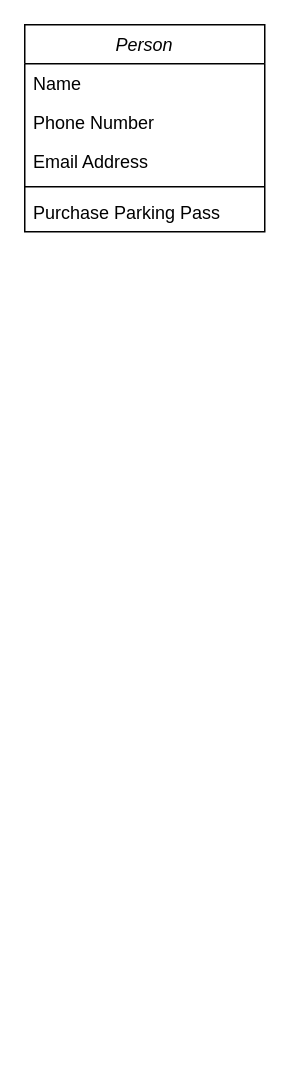
This is Untitled Diagram.drawio from binh0804/92nd-Anniversary-of-HCM-CYU, a draw.io file, before an edit. Source tidied: cells renumbered, new cells numbered last; positions are measured from the earlier drawing's top-left corner, leaving out a move shared by most shapes. Both pictures are drawn from the tidied source at 150%, with x=0, y=0 at pixel (24, 24).
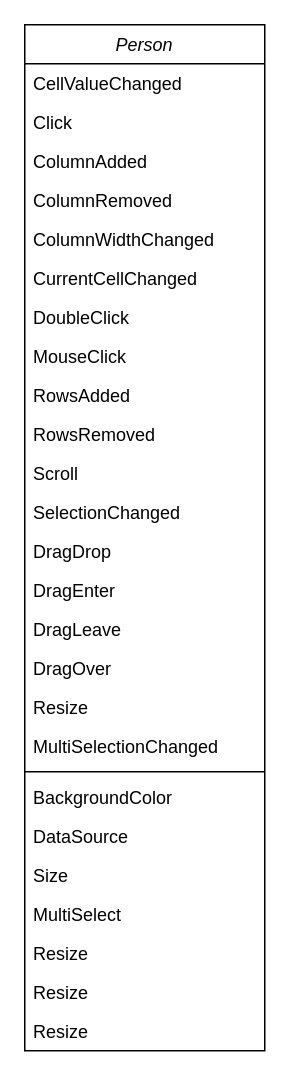
The same page after the edit.

Diff of the diagram source:
```diff
@@
     <mxCell id="2" value="Person" style="swimlane;fontStyle=2;align=center;verticalAlign=top;horizontal=1;startSize=26;rounded=0;shadow=0;strokeWidth=1;" parent="1" vertex="1">
-      <mxGeometry width="160" height="138" as="geometry" />
+      <mxGeometry width="160" height="684" as="geometry" />
     </mxCell>
-    <mxCell id="3" value="Name" style="text;align=left;verticalAlign=top;spacingLeft=4;spacingRight=4;overflow=hidden;" parent="2" vertex="1">
+    <mxCell id="3" value="CellValueChanged" style="text;align=left;verticalAlign=top;spacingLeft=4;spacingRight=4;overflow=hidden;" parent="2" vertex="1">
       <mxGeometry y="26" width="160" height="26" as="geometry" />
     </mxCell>
-    <mxCell id="4" value="Phone Number" style="text;align=left;verticalAlign=top;spacingLeft=4;spacingRight=4;overflow=hidden;rounded=0;shadow=0;html=0;" parent="2" vertex="1">
+    <mxCell id="4" value="Click" style="text;align=left;verticalAlign=top;spacingLeft=4;spacingRight=4;overflow=hidden;rounded=0;shadow=0;html=0;" parent="2" vertex="1">
       <mxGeometry y="52" width="160" height="26" as="geometry" />
     </mxCell>
-    <mxCell id="5" value="Email Address" style="text;align=left;verticalAlign=top;spacingLeft=4;spacingRight=4;overflow=hidden;rounded=0;shadow=0;html=0;" parent="2" vertex="1">
+    <mxCell id="5" value="ColumnAdded" style="text;align=left;verticalAlign=top;spacingLeft=4;spacingRight=4;overflow=hidden;rounded=0;shadow=0;html=0;" parent="2" vertex="1">
       <mxGeometry y="78" width="160" height="26" as="geometry" />
     </mxCell>
+    <mxCell id="8" value="ColumnRemoved" style="text;align=left;verticalAlign=top;spacingLeft=4;spacingRight=4;overflow=hidden;rounded=0;shadow=0;html=0;" parent="2" vertex="1">
+      <mxGeometry y="104" width="160" height="26" as="geometry" />
+    </mxCell>
+    <mxCell id="9" value="ColumnWidthChanged" style="text;align=left;verticalAlign=top;spacingLeft=4;spacingRight=4;overflow=hidden;rounded=0;shadow=0;html=0;" parent="2" vertex="1">
+      <mxGeometry y="130" width="160" height="26" as="geometry" />
+    </mxCell>
+    <mxCell id="10" value="CurrentCellChanged" style="text;align=left;verticalAlign=top;spacingLeft=4;spacingRight=4;overflow=hidden;rounded=0;shadow=0;html=0;" parent="2" vertex="1">
+      <mxGeometry y="156" width="160" height="26" as="geometry" />
+    </mxCell>
+    <mxCell id="11" value="DoubleClick" style="text;align=left;verticalAlign=top;spacingLeft=4;spacingRight=4;overflow=hidden;rounded=0;shadow=0;html=0;" parent="2" vertex="1">
+      <mxGeometry y="182" width="160" height="26" as="geometry" />
+    </mxCell>
+    <mxCell id="12" value="MouseClick" style="text;align=left;verticalAlign=top;spacingLeft=4;spacingRight=4;overflow=hidden;rounded=0;shadow=0;html=0;" parent="2" vertex="1">
+      <mxGeometry y="208" width="160" height="26" as="geometry" />
+    </mxCell>
+    <mxCell id="13" value="RowsAdded" style="text;align=left;verticalAlign=top;spacingLeft=4;spacingRight=4;overflow=hidden;rounded=0;shadow=0;html=0;" parent="2" vertex="1">
+      <mxGeometry y="234" width="160" height="26" as="geometry" />
+    </mxCell>
+    <mxCell id="14" value="RowsRemoved" style="text;align=left;verticalAlign=top;spacingLeft=4;spacingRight=4;overflow=hidden;rounded=0;shadow=0;html=0;" parent="2" vertex="1">
+      <mxGeometry y="260" width="160" height="26" as="geometry" />
+    </mxCell>
+    <mxCell id="15" value="Scroll" style="text;align=left;verticalAlign=top;spacingLeft=4;spacingRight=4;overflow=hidden;rounded=0;shadow=0;html=0;" parent="2" vertex="1">
+      <mxGeometry y="286" width="160" height="26" as="geometry" />
+    </mxCell>
+    <mxCell id="16" value="SelectionChanged" style="text;align=left;verticalAlign=top;spacingLeft=4;spacingRight=4;overflow=hidden;rounded=0;shadow=0;html=0;" parent="2" vertex="1">
+      <mxGeometry y="312" width="160" height="26" as="geometry" />
+    </mxCell>
+    <mxCell id="17" value="DragDrop" style="text;align=left;verticalAlign=top;spacingLeft=4;spacingRight=4;overflow=hidden;rounded=0;shadow=0;html=0;" parent="2" vertex="1">
+      <mxGeometry y="338" width="160" height="26" as="geometry" />
+    </mxCell>
+    <mxCell id="18" value="DragEnter" style="text;align=left;verticalAlign=top;spacingLeft=4;spacingRight=4;overflow=hidden;rounded=0;shadow=0;html=0;" parent="2" vertex="1">
+      <mxGeometry y="364" width="160" height="26" as="geometry" />
+    </mxCell>
+    <mxCell id="19" value="DragLeave" style="text;align=left;verticalAlign=top;spacingLeft=4;spacingRight=4;overflow=hidden;rounded=0;shadow=0;html=0;" parent="2" vertex="1">
+      <mxGeometry y="390" width="160" height="26" as="geometry" />
+    </mxCell>
+    <mxCell id="20" value="DragOver" style="text;align=left;verticalAlign=top;spacingLeft=4;spacingRight=4;overflow=hidden;rounded=0;shadow=0;html=0;" parent="2" vertex="1">
+      <mxGeometry y="416" width="160" height="26" as="geometry" />
+    </mxCell>
+    <mxCell id="21" value="Resize" style="text;align=left;verticalAlign=top;spacingLeft=4;spacingRight=4;overflow=hidden;rounded=0;shadow=0;html=0;" parent="2" vertex="1">
+      <mxGeometry y="442" width="160" height="26" as="geometry" />
+    </mxCell>
+    <mxCell id="22" value="MultiSelectionChanged" style="text;align=left;verticalAlign=top;spacingLeft=4;spacingRight=4;overflow=hidden;rounded=0;shadow=0;html=0;" parent="2" vertex="1">
+      <mxGeometry y="468" width="160" height="26" as="geometry" />
+    </mxCell>
     <mxCell id="6" style="line;html=1;strokeWidth=1;align=left;verticalAlign=middle;spacingTop=-1;spacingLeft=3;spacingRight=3;labelPosition=right;" parent="2" vertex="1">
-      <mxGeometry y="104" width="160" height="8" as="geometry" />
+      <mxGeometry y="494" width="160" height="8" as="geometry" />
     </mxCell>
-    <mxCell id="7" value="Purchase Parking Pass" style="text;align=left;verticalAlign=top;spacingLeft=4;spacingRight=4;overflow=hidden;" parent="2" vertex="1">
-      <mxGeometry y="112" width="160" height="26" as="geometry" />
-    </mxCell>
+    <mxCell id="23" value="BackgroundColor" style="text;align=left;verticalAlign=top;spacingLeft=4;spacingRight=4;overflow=hidden;rounded=0;shadow=0;html=0;" parent="2" vertex="1">
+      <mxGeometry y="502" width="160" height="26" as="geometry" />
+    </mxCell>
+    <mxCell id="24" value="DataSource" style="text;align=left;verticalAlign=top;spacingLeft=4;spacingRight=4;overflow=hidden;rounded=0;shadow=0;html=0;" parent="2" vertex="1">
+      <mxGeometry y="528" width="160" height="26" as="geometry" />
+    </mxCell>
+    <mxCell id="25" value="Size" style="text;align=left;verticalAlign=top;spacingLeft=4;spacingRight=4;overflow=hidden;rounded=0;shadow=0;html=0;" parent="2" vertex="1">
+      <mxGeometry y="554" width="160" height="26" as="geometry" />
+    </mxCell>
+    <mxCell id="26" value="MultiSelect" style="text;align=left;verticalAlign=top;spacingLeft=4;spacingRight=4;overflow=hidden;rounded=0;shadow=0;html=0;" parent="2" vertex="1">
+      <mxGeometry y="580" width="160" height="26" as="geometry" />
+    </mxCell>
+    <mxCell id="27" value="Resize" style="text;align=left;verticalAlign=top;spacingLeft=4;spacingRight=4;overflow=hidden;rounded=0;shadow=0;html=0;" parent="2" vertex="1">
+      <mxGeometry y="606" width="160" height="26" as="geometry" />
+    </mxCell>
+    <mxCell id="28" value="Resize" style="text;align=left;verticalAlign=top;spacingLeft=4;spacingRight=4;overflow=hidden;rounded=0;shadow=0;html=0;" parent="2" vertex="1">
+      <mxGeometry y="632" width="160" height="26" as="geometry" />
+    </mxCell>
+    <mxCell id="29" value="Resize" style="text;align=left;verticalAlign=top;spacingLeft=4;spacingRight=4;overflow=hidden;rounded=0;shadow=0;html=0;" parent="2" vertex="1">
+      <mxGeometry y="658" width="160" height="26" as="geometry" />
+    </mxCell>
```
